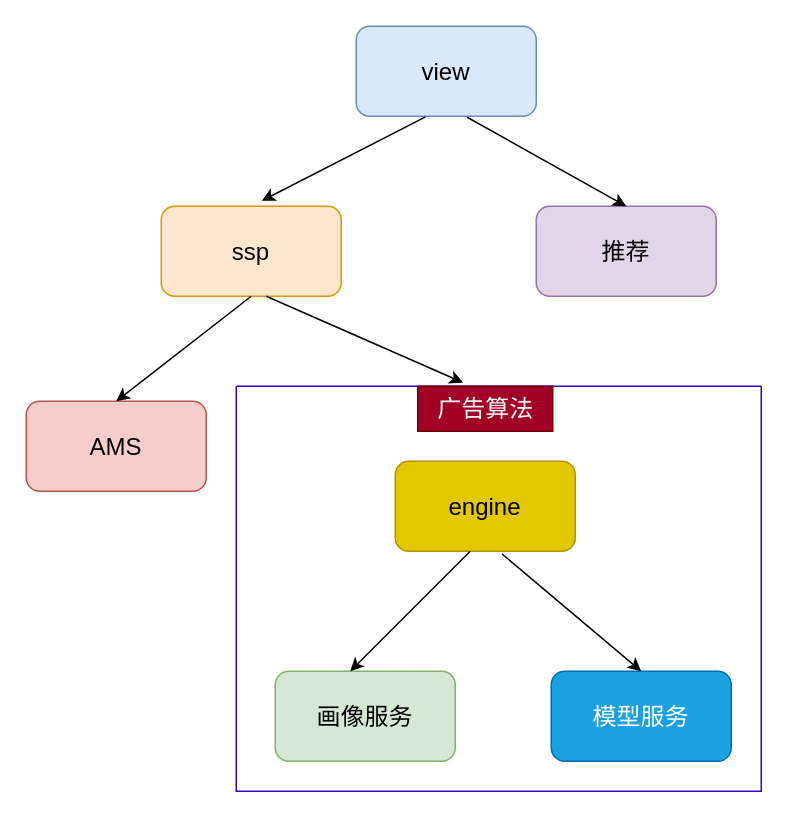
This is engineering/未命名绘图.drawio from gydong/graphs, a draw.io file, before an edit. Source tidied: cells renumbered, new cells numbered last; positions are measured from the earlier drawing's top-left corner, leaving out a move shared by most shapes. Both pictures are drawn from the tidied source at 150%, with x=0, y=0 at pixel (26, 26).
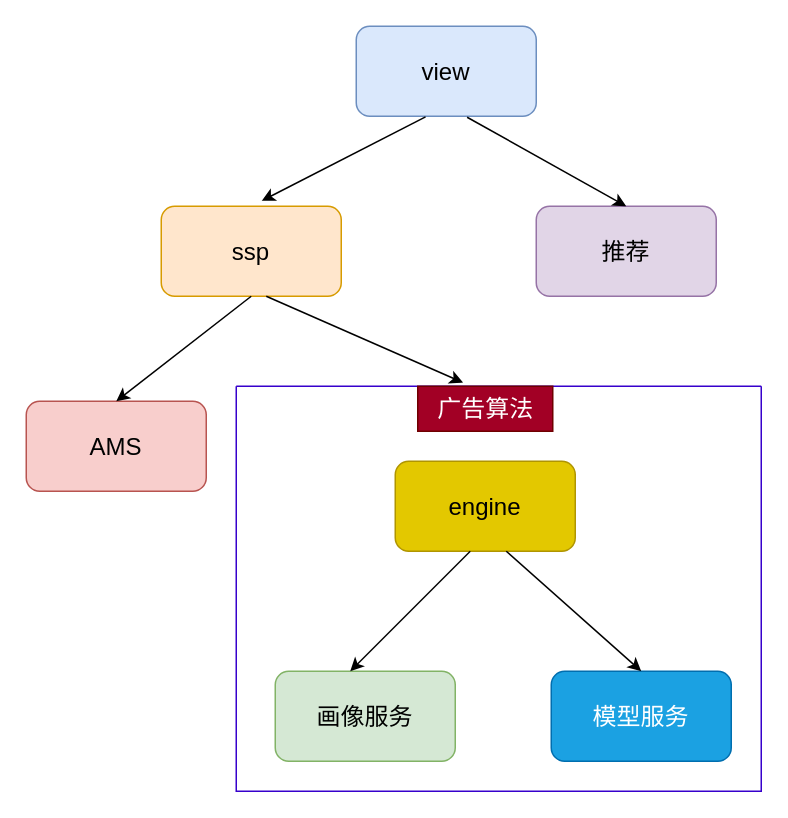
The same page after the edit.

Commit message (it also covers changes not shown here):
画像获取改造.drawio

Unchanged cells that the change refers to:
```xml
<mxCell id="11" style="swimlane;startSize=0;fontSize=16;fillColor=#6a00ff;fontColor=#ffffff;strokeColor=#3700CC;" parent="10" vertex="1">
  <mxGeometry x="-20" width="350" height="270" as="geometry" />
</mxCell>
<mxCell id="12" value="engine" style="rounded=1;whiteSpace=wrap;html=1;fontSize=16;fillColor=#e3c800;fontColor=#000000;strokeColor=#B09500;" parent="11" vertex="1">
  <mxGeometry x="106" y="50" width="120" height="60" as="geometry" />
</mxCell>
<mxCell id="14" value="模型服务" style="rounded=1;whiteSpace=wrap;html=1;fontSize=16;fillColor=#1ba1e2;fontColor=#ffffff;strokeColor=#006EAF;" parent="11" vertex="1">
  <mxGeometry x="210" y="190" width="120" height="60" as="geometry" />
</mxCell>
```

Change to the diagram source:
```diff
@@
-    <mxCell id="16" style="endArrow=classic;html=1;rounded=0;exitX=0.594;exitY=1.031;exitDx=0;exitDy=0;entryX=0.5;entryY=0;entryDx=0;entryDy=0;exitPerimeter=0;fontSize=16;" parent="11" edge="1" source="12" target="14">
-      <mxGeometry relative="1" as="geometry" />
+    <mxCell id="16" style="endArrow=classic;html=1;rounded=0;entryX=0.5;entryY=0;entryDx=0;entryDy=0;fontSize=16;" parent="11" edge="1" target="14">
+      <mxGeometry relative="1" as="geometry">
+        <mxPoint x="180" y="110" as="sourcePoint" />
+      </mxGeometry>
     </mxCell>
```
